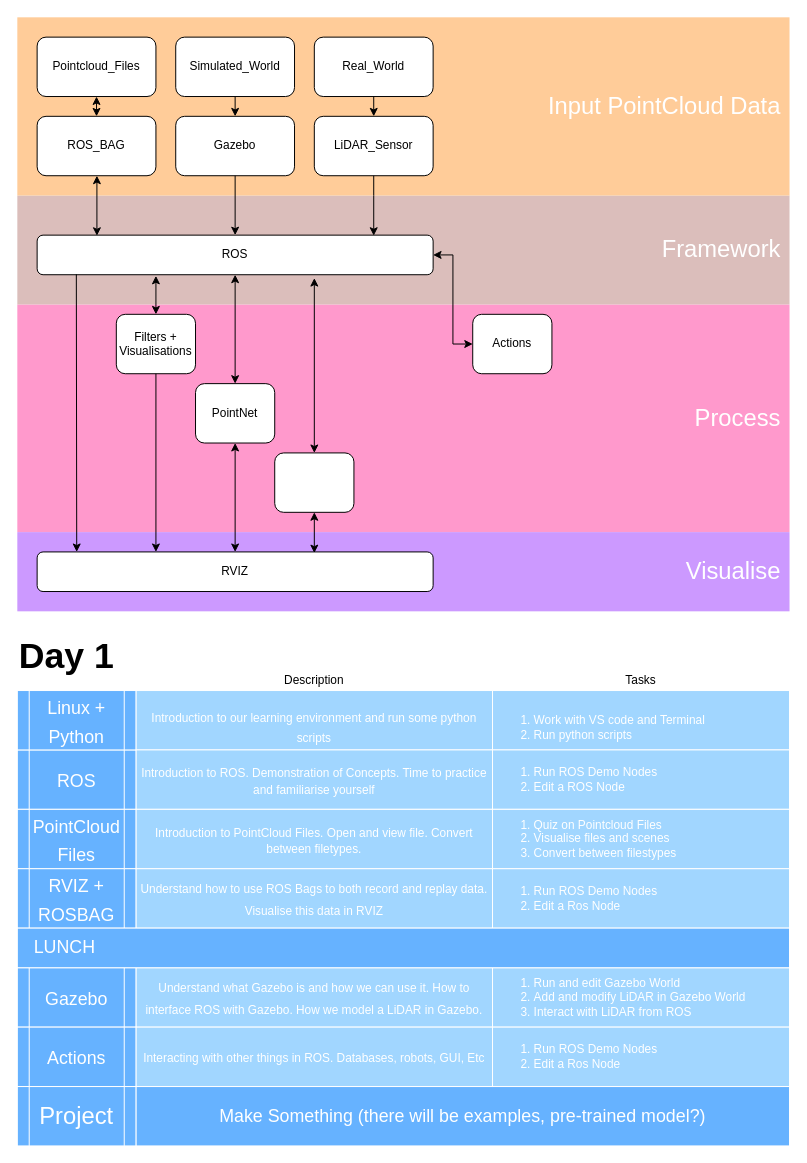
Above: page "Day_1" (1 of 9) of course_overview_diagram.drawio in AM1010101/lidar_integrators_course (draw.io), before the change. Source tidied: cells renumbered, new cells numbered last; positions are measured from the earlier drawing's top-left corner, leaving out a move shared by most shapes. Both pictures are drawn from the tidied source at 99%, with x=0, y=0 at pixel (17, 17).
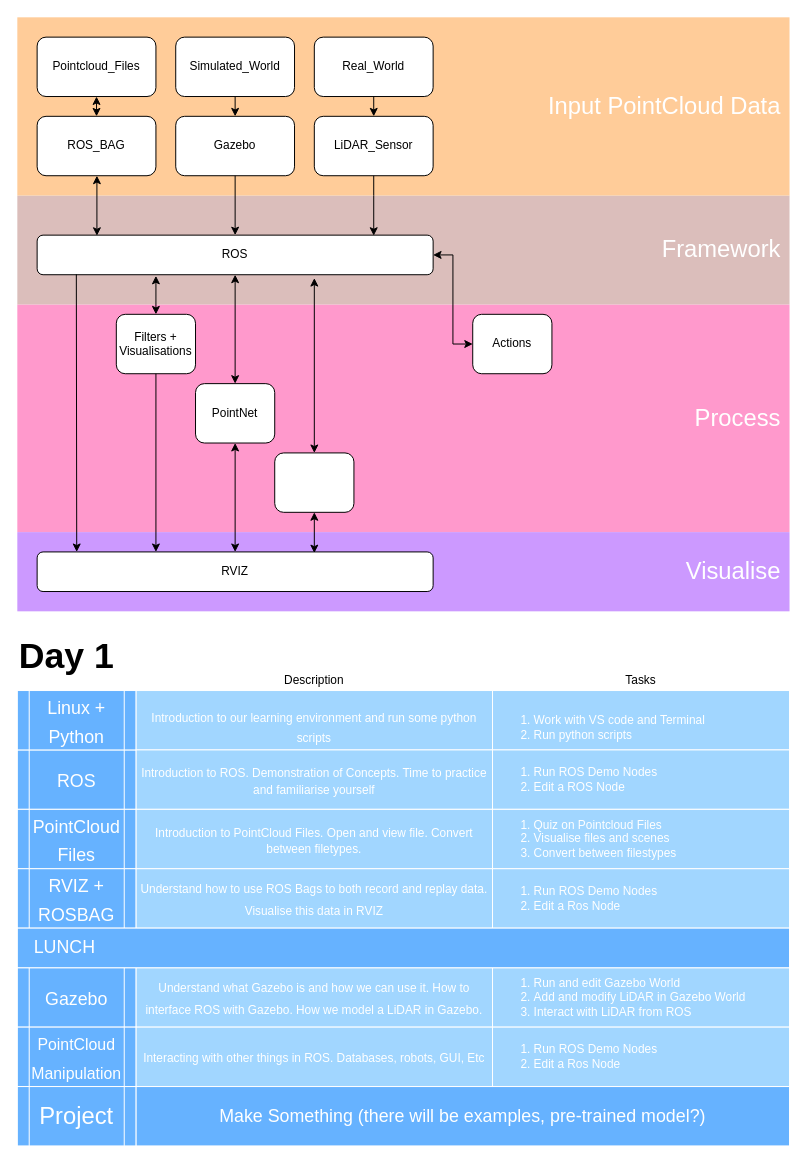
Above is the later version.

Diff of the diagram source:
```diff
@@
-    <mxCell id="53" value="&lt;font style=&quot;font-size: 18px&quot;&gt;Actions&lt;/font&gt;" style="shape=process;whiteSpace=wrap;html=1;backgroundOutline=1;fontSize=24;fontColor=#FFFFFF;fillColor=#66B2FF;gradientColor=none;strokeColor=#FFFFFF;" parent="1" vertex="1">
+    <mxCell id="53" value="&lt;font style=&quot;font-size: 16px&quot;&gt;PointCloud Manipulation&lt;br&gt;&lt;/font&gt;" style="shape=process;whiteSpace=wrap;html=1;backgroundOutline=1;fontSize=24;fontColor=#FFFFFF;fillColor=#66B2FF;gradientColor=none;strokeColor=#FFFFFF;" parent="1" vertex="1">
       <mxGeometry y="1020" width="120" height="60" as="geometry" />
     </mxCell>
```
